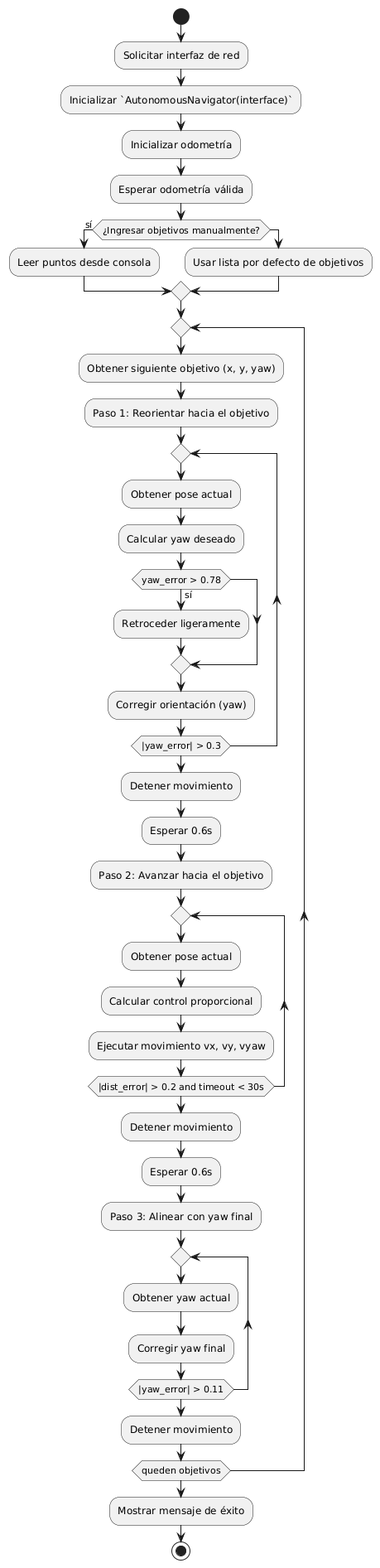
Before: assets/img/ejemplos/flujoAlgoritmoOdom.png, a diagram exported from PlantUML (dockerobotics40/dockerobotics40.github.io).
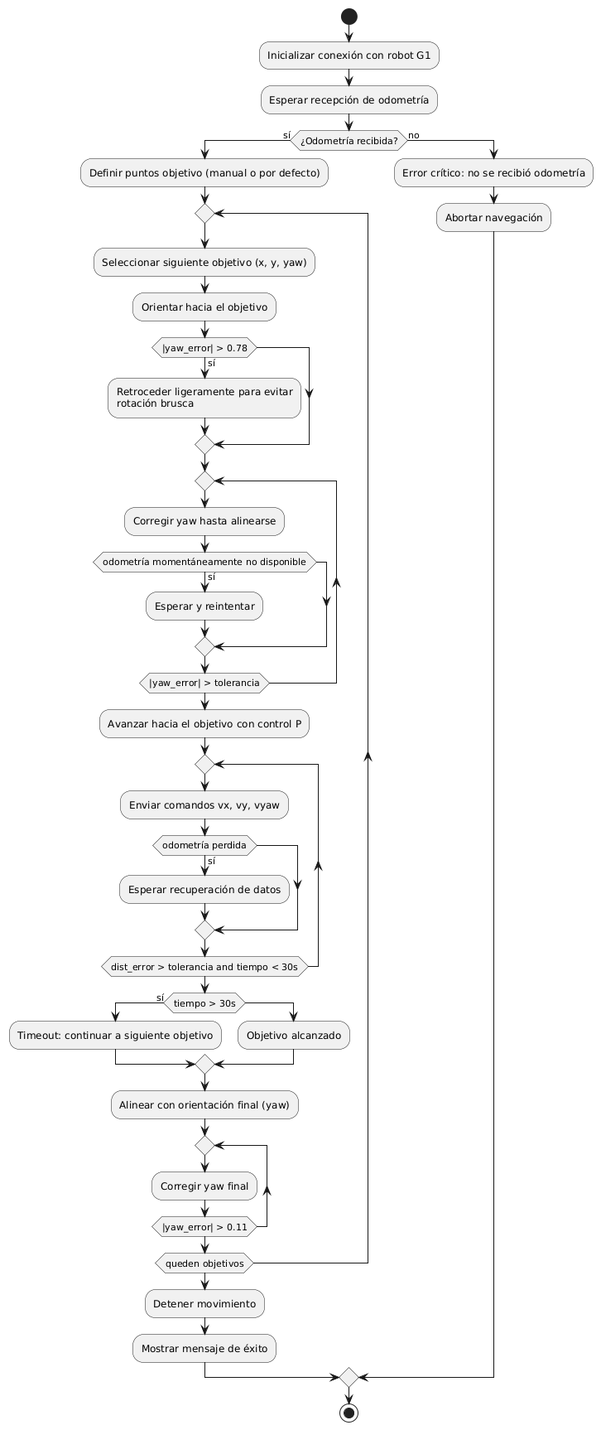
Later version of the same file.

Commit message:
Actualizando simulaciones para mejor entendimiento

The edit, as a diff of the source:
```diff
@@ -1,55 +1,55 @@
 @startuml
 start
 
-:Solicitar interfaz de red;
-:Inicializar `AutonomousNavigator(interface)`;
-:Inicializar odometría;
-:Esperar odometría válida;
+:Inicializar conexión con robot G1;
+:Esperar recepción de odometría;
 
-if (¿Ingresar objetivos manualmente?) then (sí)
-  :Leer puntos desde consola;
-else
-  :Usar lista por defecto de objetivos;
+if (¿Odometría recibida?) then (sí)
+  :Definir puntos objetivo (manual o por defecto);
+
+  repeat
+    :Seleccionar siguiente objetivo (x, y, yaw);
+
+    :Orientar hacia el objetivo;
+    if (|yaw_error| > 0.78) then (sí)
+      :Retroceder ligeramente para evitar\nrotación brusca;
+    endif
+
+    repeat
+      :Corregir yaw hasta alinearse;
+      if (odometría momentáneamente no disponible) then (sí)
+        :Esperar y reintentar;
+      endif
+    repeat while (|yaw_error| > tolerancia)
+
+    :Avanzar hacia el objetivo con control P;
+    repeat
+      :Enviar comandos vx, vy, vyaw;
+      if (odometría perdida) then (sí)
+        :Esperar recuperación de datos;
+      endif
+    repeat while (dist_error > tolerancia and tiempo < 30s)
+
+    if (tiempo > 30s) then (sí)
+      :Timeout: continuar a siguiente objetivo;
+    else
+      :Objetivo alcanzado;
+    endif
+
+    :Alinear con orientación final (yaw);
+    repeat
+      :Corregir yaw final;
+    repeat while (|yaw_error| > 0.11)
+
+  repeat while (queden objetivos)
+
+  :Detener movimiento;
+  :Mostrar mensaje de éxito;
+
+else (no)
+  :Error crítico: no se recibió odometría;
+  :Abortar navegación;
 endif
 
-repeat
-  :Obtener siguiente objetivo (x, y, yaw);
-
-  :Paso 1: Reorientar hacia el objetivo;
-
-  repeat
-    :Obtener pose actual;
-    :Calcular yaw deseado;
-    if (yaw_error > 0.78) then (sí)
-      :Retroceder ligeramente;
-    endif
-    :Corregir orientación (yaw);
-  repeat while (|yaw_error| > 0.3)
-
-  :Detener movimiento;
-  :Esperar 0.6s;
-
-  :Paso 2: Avanzar hacia el objetivo;
-
-  repeat
-    :Obtener pose actual;
-    :Calcular control proporcional;
-    :Ejecutar movimiento vx, vy, vyaw;
-  repeat while (|dist_error| > 0.2 and timeout < 30s)
-
-  :Detener movimiento;
-  :Esperar 0.6s;
-
-  :Paso 3: Alinear con yaw final;
-  repeat
-    :Obtener yaw actual;
-    :Corregir yaw final;
-  repeat while (|yaw_error| > 0.11)
-
-  :Detener movimiento;
-
-repeat while (queden objetivos)
-
-:Mostrar mensaje de éxito;
 stop
 @enduml
```
